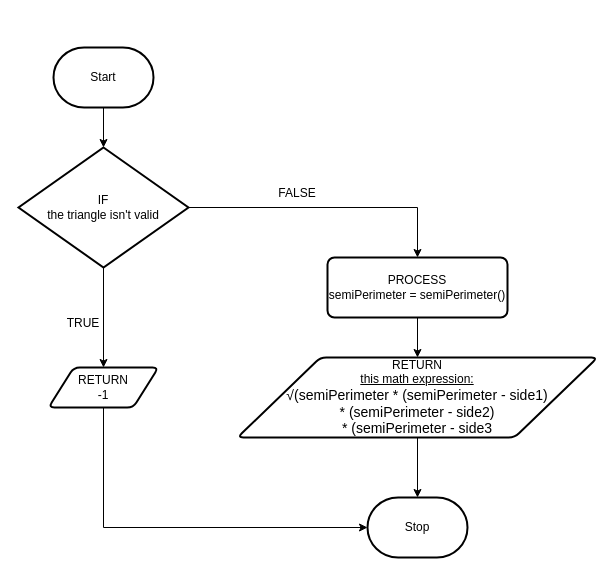
The draw.io diagram design/design.drawio in sam-corbett/ICS4U-Assignment-3, before the edit. Source tidied: cells renumbered, new cells numbered last; positions are measured from the earlier drawing's top-left corner, leaving out a move shared by most shapes. Both pictures are drawn from the tidied source at 100%, with x=0, y=0 at pixel (18, 47).
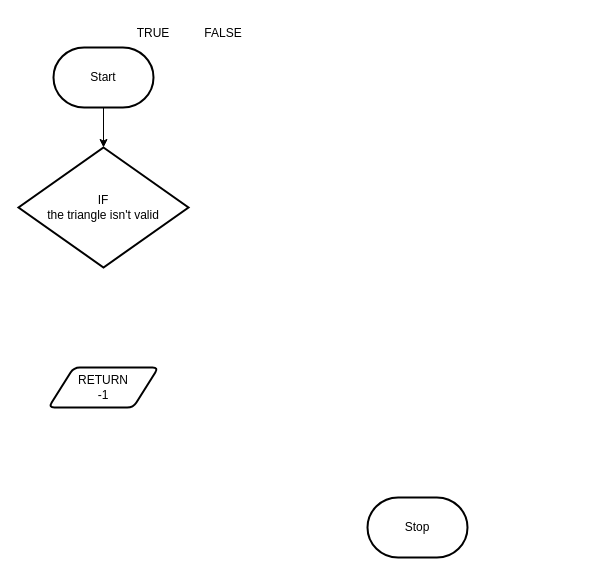
The same page after the edit.

Change to the diagram source:
```diff
@@
 <mxGraphModel>
   <root>
     <mxCell id="0" />
     <mxCell id="1" parent="0" />
     <mxCell id="2" style="edgeStyle=none;html=1;exitX=0.5;exitY=1;exitDx=0;exitDy=0;exitPerimeter=0;entryX=0.5;entryY=0;entryDx=0;entryDy=0;entryPerimeter=0;" parent="1" edge="1" source="3" target="9">
       <mxGeometry relative="1" as="geometry" />
     </mxCell>
     <mxCell id="3" value="Start" style="strokeWidth=2;html=1;shape=mxgraph.flowchart.terminator;whiteSpace=wrap;" parent="1" vertex="1">
       <mxGeometry x="35" width="100" height="60" as="geometry" />
     </mxCell>
     <mxCell id="4" value="Stop" style="strokeWidth=2;html=1;shape=mxgraph.flowchart.terminator;whiteSpace=wrap;" parent="1" vertex="1">
       <mxGeometry x="349" y="450" width="100" height="60" as="geometry" />
     </mxCell>
-    <mxCell id="5" style="edgeStyle=orthogonalEdgeStyle;rounded=0;html=1;exitX=0.5;exitY=1;exitDx=0;exitDy=0;entryX=0;entryY=0.5;entryDx=0;entryDy=0;entryPerimeter=0;fontSize=14;" parent="1" edge="1" source="6" target="4">
-      <mxGeometry relative="1" as="geometry" />
-    </mxCell>
     <mxCell id="6" value="RETURN&lt;br&gt;-1" style="shape=parallelogram;html=1;strokeWidth=2;perimeter=parallelogramPerimeter;whiteSpace=wrap;rounded=1;arcSize=12;size=0.23;" parent="1" vertex="1">
       <mxGeometry x="30" y="320" width="110" height="40" as="geometry" />
     </mxCell>
-    <mxCell id="7" style="edgeStyle=orthogonalEdgeStyle;html=1;exitX=0.5;exitY=1;exitDx=0;exitDy=0;exitPerimeter=0;entryX=0.5;entryY=0;entryDx=0;entryDy=0;rounded=0;" parent="1" edge="1" source="9" target="6">
-      <mxGeometry relative="1" as="geometry" />
-    </mxCell>
-    <mxCell id="8" style="edgeStyle=orthogonalEdgeStyle;html=1;exitX=1;exitY=0.5;exitDx=0;exitDy=0;exitPerimeter=0;entryX=0.5;entryY=0;entryDx=0;entryDy=0;rounded=0;" parent="1" edge="1" source="9" target="11">
-      <mxGeometry relative="1" as="geometry" />
-    </mxCell>
     <mxCell id="9" value="IF&lt;br&gt;the triangle isn't valid" style="strokeWidth=2;html=1;shape=mxgraph.flowchart.decision;whiteSpace=wrap;" parent="1" vertex="1">
       <mxGeometry y="100" width="170" height="120" as="geometry" />
     </mxCell>
-    <mxCell id="10" style="edgeStyle=orthogonalEdgeStyle;rounded=0;html=1;exitX=0.5;exitY=1;exitDx=0;exitDy=0;entryX=0.5;entryY=0;entryDx=0;entryDy=0;fontSize=14;" parent="1" edge="1" source="11" target="13">
-      <mxGeometry relative="1" as="geometry" />
-    </mxCell>
-    <mxCell id="11" value="PROCESS&lt;br&gt;semiPerimeter = semiPerimeter()" style="rounded=1;whiteSpace=wrap;html=1;absoluteArcSize=1;arcSize=14;strokeWidth=2;" parent="1" vertex="1">
-      <mxGeometry x="309" y="210" width="180" height="60" as="geometry" />
-    </mxCell>
-    <mxCell id="12" style="edgeStyle=orthogonalEdgeStyle;rounded=0;html=1;exitX=0.5;exitY=1;exitDx=0;exitDy=0;entryX=0.5;entryY=0;entryDx=0;entryDy=0;entryPerimeter=0;fontSize=14;" parent="1" edge="1" source="13" target="4">
-      <mxGeometry relative="1" as="geometry" />
-    </mxCell>
-    <mxCell id="13" value="RETURN&lt;br&gt;&lt;u&gt;this math expression:&lt;br&gt;&lt;/u&gt;&lt;font style=&quot;font-size: 14px;&quot;&gt;√(semiPerimeter * (semiPerimeter - side1)&lt;br&gt;* (semiPerimeter - side2) &lt;br&gt;* (semiPerimeter - side3&lt;br&gt;&lt;/font&gt;" style="shape=parallelogram;html=1;strokeWidth=2;perimeter=parallelogramPerimeter;whiteSpace=wrap;rounded=1;arcSize=12;size=0.23;" parent="1" vertex="1">
-      <mxGeometry x="219" y="310" width="360" height="80" as="geometry" />
-    </mxCell>
     <mxCell id="14" value="&lt;font style=&quot;font-size: 12px;&quot;&gt;TRUE&lt;/font&gt;" style="text;html=1;strokeColor=none;fillColor=none;align=center;verticalAlign=middle;whiteSpace=wrap;rounded=0;fontSize=14;" parent="1" vertex="1">
-      <mxGeometry x="35" y="260" width="60" height="30" as="geometry" />
+      <mxGeometry x="105" y="-30" width="60" height="30" as="geometry" />
     </mxCell>
     <mxCell id="15" value="&lt;font style=&quot;font-size: 12px;&quot;&gt;FALSE&lt;/font&gt;" style="text;html=1;strokeColor=none;fillColor=none;align=center;verticalAlign=middle;whiteSpace=wrap;rounded=0;fontSize=14;" parent="1" vertex="1">
-      <mxGeometry x="249" y="130" width="60" height="30" as="geometry" />
+      <mxGeometry x="175" y="-30" width="60" height="30" as="geometry" />
     </mxCell>
   </root>
 </mxGraphModel>
```
